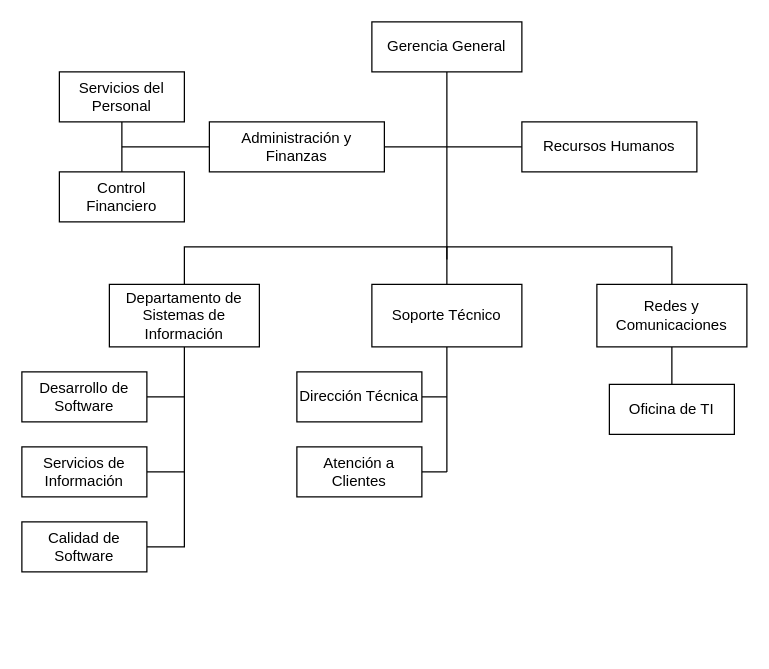
The draw.io diagram FS.drawio in HoliSoyTamo/Diagramas, before the edit. Source tidied: cells renumbered, new cells numbered last; positions are measured from the earlier drawing's top-left corner, leaving out a move shared by most shapes. Both pictures are drawn from the tidied source at 125%, with x=0, y=0 at pixel (21, 21).
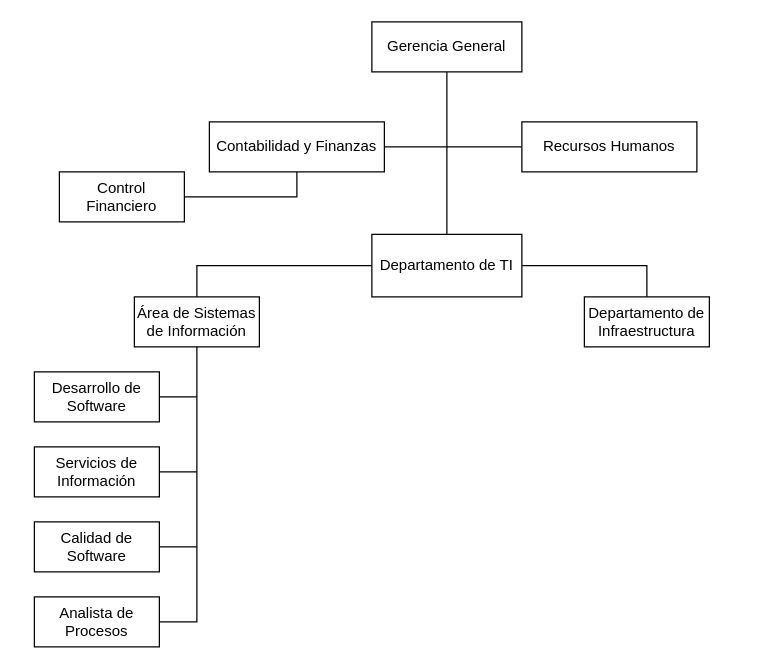
Above is the later version.

Unchanged cells that the change refers to:
```xml
<mxCell id="3" value="Gerencia General" style="rounded=0;whiteSpace=wrap;html=1;" parent="1" vertex="1">
  <mxGeometry x="280" width="120" height="40" as="geometry" />
</mxCell>
<mxCell id="10" value="Control Financiero" style="rounded=0;whiteSpace=wrap;html=1;" parent="1" vertex="1">
  <mxGeometry x="30" y="120" width="100" height="40" as="geometry" />
</mxCell>
```

What changed in the source:
```diff
@@
-    <mxCell id="2" style="edgeStyle=orthogonalEdgeStyle;rounded=0;jettySize=auto;html=1;entryX=0.5;entryY=0;entryDx=0;entryDy=0;strokeColor=default;endArrow=none;endFill=0;" parent="1" edge="1" source="3" target="20">
-      <mxGeometry relative="1" as="geometry" />
-    </mxCell>
+    <mxCell id="31" style="edgeStyle=orthogonalEdgeStyle;rounded=0;jettySize=auto;html=1;entryX=0.5;entryY=0;entryDx=0;entryDy=0;strokeColor=default;endArrow=none;endFill=0;" parent="1" edge="1" source="3" target="27">
+      <mxGeometry relative="1" as="geometry" />
+    </mxCell>
@@
-    <mxCell id="4" style="edgeStyle=orthogonalEdgeStyle;rounded=0;jettySize=auto;html=1;entryX=0.5;entryY=0;entryDx=0;entryDy=0;strokeColor=default;endArrow=none;endFill=0;" parent="1" edge="1" source="5" target="10">
-      <mxGeometry relative="1" as="geometry" />
-    </mxCell>
-    <mxCell id="5" value="Servicios del Personal" style="rounded=0;whiteSpace=wrap;html=1;" parent="1" vertex="1">
-      <mxGeometry x="30" y="40" width="100" height="40" as="geometry" />
-    </mxCell>
-    <mxCell id="6" style="edgeStyle=orthogonalEdgeStyle;rounded=0;jettySize=auto;html=1;strokeColor=default;endArrow=none;endFill=0;" parent="1" edge="1" source="8">
+    <mxCell id="6" style="edgeStyle=orthogonalEdgeStyle;rounded=0;jettySize=auto;html=1;strokeColor=default;endArrow=none;endFill=0;entryX=1;entryY=0.5;entryDx=0;entryDy=0;" parent="1" edge="1" source="8" target="10">
       <mxGeometry relative="1" as="geometry">
-        <mxPoint x="80" y="100" as="targetPoint" />
+        <Array as="points">
+          <mxPoint x="220" y="140" />
+        </Array>
       </mxGeometry>
     </mxCell>
@@
-    <mxCell id="8" value="Administración y Finanzas" style="rounded=0;whiteSpace=wrap;html=1;" parent="1" vertex="1">
+    <mxCell id="8" value="Contabilidad y Finanzas" style="rounded=0;whiteSpace=wrap;html=1;" parent="1" vertex="1">
       <mxGeometry x="150" y="80" width="140" height="40" as="geometry" />
     </mxCell>
-    <mxCell id="9" style="edgeStyle=orthogonalEdgeStyle;rounded=0;jettySize=auto;html=1;entryX=0.5;entryY=1;entryDx=0;entryDy=0;strokeColor=none;" parent="1" edge="1" source="10" target="5">
-      <mxGeometry relative="1" as="geometry" />
-    </mxCell>
@@
-    <mxCell id="11" style="edgeStyle=orthogonalEdgeStyle;rounded=0;jettySize=auto;html=1;strokeColor=default;endArrow=none;endFill=0;" parent="1" edge="1" source="13">
-      <mxGeometry relative="1" as="geometry">
-        <mxPoint x="340" y="190" as="targetPoint" />
-        <Array as="points">
-          <mxPoint x="130" y="180" />
-          <mxPoint x="340" y="180" />
-        </Array>
-      </mxGeometry>
-    </mxCell>
-    <mxCell id="12" style="edgeStyle=orthogonalEdgeStyle;rounded=0;jettySize=auto;html=1;strokeColor=default;endArrow=none;endFill=0;entryX=1;entryY=0.5;entryDx=0;entryDy=0;" parent="1" edge="1" source="13" target="18">
-      <mxGeometry relative="1" as="geometry" />
+    <mxCell id="12" style="edgeStyle=orthogonalEdgeStyle;rounded=0;jettySize=auto;html=1;strokeColor=default;endArrow=none;endFill=0;entryX=1;entryY=0.5;entryDx=0;entryDy=0;" parent="1" edge="1" target="34">
+      <mxGeometry relative="1" as="geometry">
+        <mxPoint x="140" y="260" as="sourcePoint" />
+        <Array as="points">
+          <mxPoint x="140" y="480" />
+        </Array>
+      </mxGeometry>
     </mxCell>
-    <mxCell id="13" value="Departamento de Sistemas de Información" style="rounded=0;whiteSpace=wrap;html=1;" parent="1" vertex="1">
-      <mxGeometry x="70" y="210" width="120" height="50" as="geometry" />
-    </mxCell>
     <mxCell id="14" style="edgeStyle=orthogonalEdgeStyle;rounded=0;jettySize=auto;html=1;strokeColor=default;endArrow=none;endFill=0;" parent="1" edge="1" source="15">
       <mxGeometry relative="1" as="geometry">
-        <mxPoint x="130" y="300" as="targetPoint" />
+        <mxPoint x="140" y="300" as="targetPoint" />
       </mxGeometry>
     </mxCell>
     <mxCell id="15" value="Desarrollo de Software" style="rounded=0;whiteSpace=wrap;html=1;" parent="1" vertex="1">
-      <mxGeometry y="280" width="100" height="40" as="geometry" />
+      <mxGeometry x="10" y="280" width="100" height="40" as="geometry" />
     </mxCell>
     <mxCell id="16" style="edgeStyle=orthogonalEdgeStyle;rounded=0;jettySize=auto;html=1;strokeColor=default;endArrow=none;endFill=0;" parent="1" edge="1" source="17">
       <mxGeometry relative="1" as="geometry">
-        <mxPoint x="130" y="360" as="targetPoint" />
+        <mxPoint x="140" y="360" as="targetPoint" />
       </mxGeometry>
     </mxCell>
     <mxCell id="17" value="Servicios de Información" style="rounded=0;whiteSpace=wrap;html=1;" parent="1" vertex="1">
-      <mxGeometry y="340" width="100" height="40" as="geometry" />
+      <mxGeometry x="10" y="340" width="100" height="40" as="geometry" />
     </mxCell>
+    <mxCell id="32" style="edgeStyle=orthogonalEdgeStyle;rounded=0;jettySize=auto;html=1;strokeColor=default;endArrow=none;endFill=0;" parent="1" edge="1" source="18">
+      <mxGeometry relative="1" as="geometry">
+        <mxPoint x="140" y="420" as="targetPoint" />
+      </mxGeometry>
+    </mxCell>
     <mxCell id="18" value="Calidad de Software" style="rounded=0;whiteSpace=wrap;html=1;" parent="1" vertex="1">
-      <mxGeometry y="400" width="100" height="40" as="geometry" />
+      <mxGeometry x="10" y="400" width="100" height="40" as="geometry" />
     </mxCell>
-    <mxCell id="19" style="edgeStyle=orthogonalEdgeStyle;rounded=0;jettySize=auto;html=1;strokeColor=default;endArrow=none;endFill=0;" parent="1" edge="1" source="20">
-      <mxGeometry relative="1" as="geometry">
-        <mxPoint x="340" y="360" as="targetPoint" />
-      </mxGeometry>
-    </mxCell>
-    <mxCell id="20" value="Soporte Técnico" style="rounded=0;whiteSpace=wrap;html=1;" parent="1" vertex="1">
-      <mxGeometry x="280" y="210" width="120" height="50" as="geometry" />
-    </mxCell>
-    <mxCell id="21" style="edgeStyle=orthogonalEdgeStyle;rounded=0;jettySize=auto;html=1;strokeColor=default;endArrow=none;endFill=0;" parent="1" edge="1" source="22">
-      <mxGeometry relative="1" as="geometry">
-        <mxPoint x="340" y="300" as="targetPoint" />
-      </mxGeometry>
-    </mxCell>
-    <mxCell id="22" value="Dirección Técnica" style="rounded=0;whiteSpace=wrap;html=1;" parent="1" vertex="1">
-      <mxGeometry x="220" y="280" width="100" height="40" as="geometry" />
-    </mxCell>
-    <mxCell id="23" style="edgeStyle=orthogonalEdgeStyle;rounded=0;jettySize=auto;html=1;strokeColor=default;endArrow=none;endFill=0;" parent="1" edge="1" source="24">
-      <mxGeometry relative="1" as="geometry">
-        <mxPoint x="340" y="360" as="targetPoint" />
-      </mxGeometry>
-    </mxCell>
-    <mxCell id="24" value="Atención a Clientes" style="rounded=0;whiteSpace=wrap;html=1;" parent="1" vertex="1">
-      <mxGeometry x="220" y="340" width="100" height="40" as="geometry" />
-    </mxCell>
-    <mxCell id="25" style="edgeStyle=orthogonalEdgeStyle;rounded=0;jettySize=auto;html=1;strokeColor=default;endArrow=none;endFill=0;" parent="1" edge="1" source="27">
-      <mxGeometry relative="1" as="geometry">
-        <mxPoint x="340" y="180" as="targetPoint" />
-        <Array as="points">
-          <mxPoint x="520" y="180" />
-        </Array>
-      </mxGeometry>
-    </mxCell>
+    <mxCell id="33" style="edgeStyle=orthogonalEdgeStyle;rounded=0;jettySize=auto;html=1;entryX=0.5;entryY=0;entryDx=0;entryDy=0;strokeColor=default;endArrow=none;endFill=0;" parent="1" edge="1" source="27" target="35">
+      <mxGeometry relative="1" as="geometry" />
+    </mxCell>
@@
-    <mxCell id="27" value="Redes y Comunicaciones" style="rounded=0;whiteSpace=wrap;html=1;" parent="1" vertex="1">
-      <mxGeometry x="460" y="210" width="120" height="50" as="geometry" />
+    <mxCell id="27" value="Departamento de TI" style="rounded=0;whiteSpace=wrap;html=1;" parent="1" vertex="1">
+      <mxGeometry x="280" y="170" width="120" height="50" as="geometry" />
     </mxCell>
@@
-    <mxCell id="30" value="Oficina de TI" style="rounded=0;whiteSpace=wrap;html=1;" parent="1" vertex="1">
-      <mxGeometry x="470" y="290" width="100" height="40" as="geometry" />
+    <mxCell id="30" value="Área de Sistemas de Información" style="rounded=0;whiteSpace=wrap;html=1;" parent="1" vertex="1">
+      <mxGeometry x="90" y="220" width="100" height="40" as="geometry" />
     </mxCell>
+    <mxCell id="34" value="Analista de Procesos" style="rounded=0;whiteSpace=wrap;html=1;" parent="1" vertex="1">
+      <mxGeometry x="10" y="460" width="100" height="40" as="geometry" />
+    </mxCell>
+    <mxCell id="35" value="Departamento de Infraestructura" style="rounded=0;whiteSpace=wrap;html=1;" parent="1" vertex="1">
+      <mxGeometry x="450" y="220" width="100" height="40" as="geometry" />
+    </mxCell>
```
